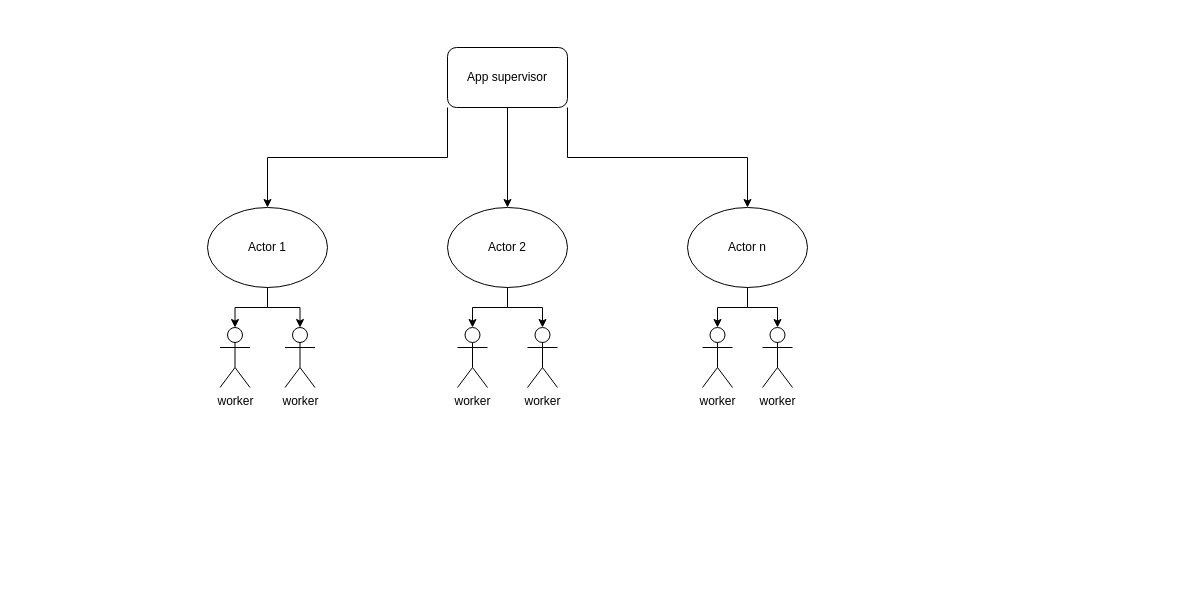
sandufurdui/Learn-Scala keeps this draw.io diagram as page "supervision tree" (2 of 3) of Untitled Diagram.drawio. Above is the earlier version. Source tidied: cells renumbered, new cells numbered last; positions are measured from the earlier drawing's top-left corner, leaving out a move shared by most shapes. Both pictures are drawn from the tidied source at 100%, with x=0, y=0 at pixel (207, 47).
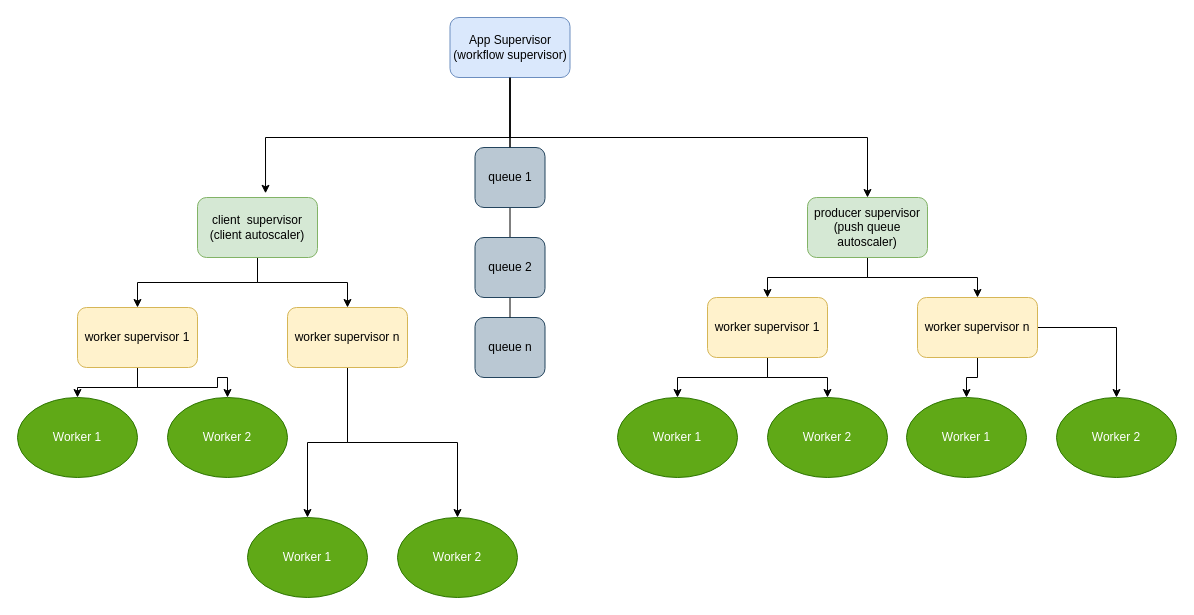
The same diagram, later.

Diff of the diagram source:
```diff
@@
-    <mxCell id="2" style="edgeStyle=orthogonalEdgeStyle;rounded=0;jettySize=auto;html=1;exitX=0;exitY=1;exitDx=0;exitDy=0;entryX=0.5;entryY=0;entryDx=0;entryDy=0;" parent="1" edge="1" source="5" target="8">
-      <mxGeometry relative="1" as="geometry" />
-    </mxCell>
-    <mxCell id="3" style="edgeStyle=orthogonalEdgeStyle;rounded=0;jettySize=auto;html=1;exitX=0.5;exitY=1;exitDx=0;exitDy=0;entryX=0.5;entryY=0;entryDx=0;entryDy=0;" parent="1" edge="1" source="5" target="11">
-      <mxGeometry relative="1" as="geometry" />
-    </mxCell>
-    <mxCell id="4" style="edgeStyle=orthogonalEdgeStyle;rounded=0;jettySize=auto;html=1;exitX=1;exitY=1;exitDx=0;exitDy=0;entryX=0.5;entryY=0;entryDx=0;entryDy=0;" parent="1" edge="1" source="5" target="14">
-      <mxGeometry relative="1" as="geometry" />
-    </mxCell>
-    <mxCell id="5" value="App supervisor" style="rounded=1;whiteSpace=wrap;html=1;" parent="1" vertex="1">
-      <mxGeometry x="240" width="120" height="60" as="geometry" />
-    </mxCell>
-    <mxCell id="6" style="edgeStyle=orthogonalEdgeStyle;rounded=0;jettySize=auto;html=1;exitX=0.5;exitY=1;exitDx=0;exitDy=0;entryX=0.5;entryY=0;entryDx=0;entryDy=0;entryPerimeter=0;" parent="1" edge="1" source="8" target="18">
-      <mxGeometry relative="1" as="geometry" />
-    </mxCell>
-    <mxCell id="7" style="edgeStyle=orthogonalEdgeStyle;rounded=0;jettySize=auto;html=1;exitX=0.5;exitY=1;exitDx=0;exitDy=0;entryX=0.5;entryY=0;entryDx=0;entryDy=0;entryPerimeter=0;" parent="1" edge="1" source="8" target="15">
-      <mxGeometry relative="1" as="geometry" />
-    </mxCell>
-    <mxCell id="8" value="Actor 1" style="ellipse;whiteSpace=wrap;html=1;" parent="1" vertex="1">
-      <mxGeometry y="160" width="120" height="80" as="geometry" />
-    </mxCell>
-    <mxCell id="9" style="edgeStyle=orthogonalEdgeStyle;rounded=0;jettySize=auto;html=1;exitX=0.5;exitY=1;exitDx=0;exitDy=0;entryX=0.5;entryY=0;entryDx=0;entryDy=0;entryPerimeter=0;" parent="1" edge="1" source="11" target="19">
-      <mxGeometry relative="1" as="geometry" />
-    </mxCell>
-    <mxCell id="10" style="edgeStyle=orthogonalEdgeStyle;rounded=0;jettySize=auto;html=1;exitX=0.5;exitY=1;exitDx=0;exitDy=0;entryX=0.5;entryY=0;entryDx=0;entryDy=0;entryPerimeter=0;" parent="1" edge="1" source="11" target="16">
-      <mxGeometry relative="1" as="geometry" />
-    </mxCell>
-    <mxCell id="11" value="Actor 2" style="ellipse;whiteSpace=wrap;html=1;" parent="1" vertex="1">
-      <mxGeometry x="240" y="160" width="120" height="80" as="geometry" />
-    </mxCell>
-    <mxCell id="12" style="edgeStyle=orthogonalEdgeStyle;rounded=0;jettySize=auto;html=1;exitX=0.5;exitY=1;exitDx=0;exitDy=0;entryX=0.5;entryY=0;entryDx=0;entryDy=0;entryPerimeter=0;" parent="1" edge="1" source="14" target="17">
-      <mxGeometry relative="1" as="geometry" />
-    </mxCell>
-    <mxCell id="13" style="edgeStyle=orthogonalEdgeStyle;rounded=0;jettySize=auto;html=1;exitX=0.5;exitY=1;exitDx=0;exitDy=0;entryX=0.5;entryY=0;entryDx=0;entryDy=0;entryPerimeter=0;" parent="1" edge="1" source="14" target="20">
-      <mxGeometry relative="1" as="geometry" />
-    </mxCell>
-    <mxCell id="14" value="Actor n" style="ellipse;whiteSpace=wrap;html=1;" parent="1" vertex="1">
-      <mxGeometry x="480" y="160" width="120" height="80" as="geometry" />
-    </mxCell>
-    <mxCell id="15" value="worker" style="shape=umlActor;verticalLabelPosition=bottom;verticalAlign=top;html=1;outlineConnect=0;" parent="1" vertex="1">
-      <mxGeometry x="77.5" y="280" width="30" height="60" as="geometry" />
-    </mxCell>
-    <mxCell id="16" value="worker" style="shape=umlActor;verticalLabelPosition=bottom;verticalAlign=top;html=1;outlineConnect=0;" parent="1" vertex="1">
-      <mxGeometry x="320" y="280" width="30" height="60" as="geometry" />
-    </mxCell>
-    <mxCell id="17" value="worker" style="shape=umlActor;verticalLabelPosition=bottom;verticalAlign=top;html=1;outlineConnect=0;" parent="1" vertex="1">
-      <mxGeometry x="495" y="280" width="30" height="60" as="geometry" />
-    </mxCell>
-    <mxCell id="18" value="worker" style="shape=umlActor;verticalLabelPosition=bottom;verticalAlign=top;html=1;outlineConnect=0;" parent="1" vertex="1">
-      <mxGeometry x="12.5" y="280" width="30" height="60" as="geometry" />
-    </mxCell>
-    <mxCell id="19" value="worker" style="shape=umlActor;verticalLabelPosition=bottom;verticalAlign=top;html=1;outlineConnect=0;" parent="1" vertex="1">
-      <mxGeometry x="250" y="280" width="30" height="60" as="geometry" />
-    </mxCell>
-    <mxCell id="20" value="worker" style="shape=umlActor;verticalLabelPosition=bottom;verticalAlign=top;html=1;outlineConnect=0;" parent="1" vertex="1">
-      <mxGeometry x="555" y="280" width="30" height="60" as="geometry" />
-    </mxCell>
+    <mxCell id="21" style="edgeStyle=orthogonalEdgeStyle;rounded=0;jettySize=auto;html=1;exitX=0.5;exitY=1;exitDx=0;exitDy=0;entryX=0.567;entryY=-0.07;entryDx=0;entryDy=0;entryPerimeter=0;" parent="1" edge="1" source="23" target="26">
+      <mxGeometry relative="1" as="geometry" />
+    </mxCell>
+    <mxCell id="22" style="edgeStyle=orthogonalEdgeStyle;rounded=0;jettySize=auto;html=1;exitX=0.5;exitY=1;exitDx=0;exitDy=0;entryX=0.5;entryY=0;entryDx=0;entryDy=0;" parent="1" edge="1" source="23" target="29">
+      <mxGeometry relative="1" as="geometry" />
+    </mxCell>
+    <mxCell id="23" value="App Supervisor&lt;br&gt;(workflow supervisor)" style="rounded=1;whiteSpace=wrap;html=1;fillColor=#dae8fc;strokeColor=#6c8ebf;" parent="1" vertex="1">
+      <mxGeometry x="242.5" y="-30" width="120" height="60" as="geometry" />
+    </mxCell>
+    <mxCell id="24" style="edgeStyle=orthogonalEdgeStyle;rounded=0;jettySize=auto;html=1;entryX=0.5;entryY=0;entryDx=0;entryDy=0;" parent="1" edge="1" source="26" target="39">
+      <mxGeometry relative="1" as="geometry" />
+    </mxCell>
+    <mxCell id="25" style="edgeStyle=orthogonalEdgeStyle;rounded=0;jettySize=auto;html=1;entryX=0.5;entryY=0;entryDx=0;entryDy=0;" parent="1" edge="1" source="26" target="42">
+      <mxGeometry relative="1" as="geometry" />
+    </mxCell>
+    <mxCell id="26" value="client&amp;nbsp; supervisor&lt;br&gt;(client autoscaler)" style="rounded=1;whiteSpace=wrap;html=1;fillColor=#d5e8d4;strokeColor=#82b366;" parent="1" vertex="1">
+      <mxGeometry x="-10" y="150" width="120" height="60" as="geometry" />
+    </mxCell>
+    <mxCell id="27" style="edgeStyle=orthogonalEdgeStyle;rounded=0;jettySize=auto;html=1;entryX=0.5;entryY=0;entryDx=0;entryDy=0;" parent="1" edge="1" source="29" target="45">
+      <mxGeometry relative="1" as="geometry" />
+    </mxCell>
+    <mxCell id="28" style="edgeStyle=orthogonalEdgeStyle;rounded=0;jettySize=auto;html=1;entryX=0.5;entryY=0;entryDx=0;entryDy=0;" parent="1" edge="1" source="29" target="48">
+      <mxGeometry relative="1" as="geometry" />
+    </mxCell>
+    <mxCell id="29" value="producer supervisor&lt;br&gt;(push queue autoscaler)" style="rounded=1;whiteSpace=wrap;html=1;fillColor=#d5e8d4;strokeColor=#82b366;" parent="1" vertex="1">
+      <mxGeometry x="600" y="150" width="120" height="60" as="geometry" />
+    </mxCell>
+    <mxCell id="30" value="queue n" style="rounded=1;whiteSpace=wrap;html=1;fillColor=#bac8d3;strokeColor=#23445d;" parent="1" vertex="1">
+      <mxGeometry x="267.5" y="270" width="70" height="60" as="geometry" />
+    </mxCell>
+    <mxCell id="31" style="endArrow=none;html=1;rounded=0;exitX=0.5;exitY=1;exitDx=0;exitDy=0;entryX=0.5;entryY=0;entryDx=0;entryDy=0;startArrow=none;" parent="1" edge="1" source="34" target="36">
+      <mxGeometry relative="1" as="geometry" />
+    </mxCell>
+    <mxCell id="32" style="endArrow=none;html=1;rounded=0;exitX=0.5;exitY=1;exitDx=0;exitDy=0;entryX=0.5;entryY=0;entryDx=0;entryDy=0;" parent="1" edge="1" source="23" target="34">
+      <mxGeometry relative="1" as="geometry" />
+    </mxCell>
+    <mxCell id="33" style="endArrow=none;html=1;rounded=0;exitX=0.5;exitY=1;exitDx=0;exitDy=0;entryX=0.5;entryY=0;entryDx=0;entryDy=0;startArrow=none;" parent="1" edge="1" source="36" target="30">
+      <mxGeometry relative="1" as="geometry" />
+    </mxCell>
+    <mxCell id="34" value="queue 1" style="rounded=1;whiteSpace=wrap;html=1;fillColor=#bac8d3;strokeColor=#23445d;" parent="1" vertex="1">
+      <mxGeometry x="267.5" y="100" width="70" height="60" as="geometry" />
+    </mxCell>
+    <mxCell id="35" style="endArrow=none;html=1;rounded=0;exitX=0.5;exitY=1;exitDx=0;exitDy=0;entryX=0.5;entryY=0;entryDx=0;entryDy=0;" parent="1" edge="1" source="23" target="34">
+      <mxGeometry relative="1" as="geometry" />
+    </mxCell>
+    <mxCell id="36" value="queue 2" style="rounded=1;whiteSpace=wrap;html=1;fillColor=#bac8d3;strokeColor=#23445d;" parent="1" vertex="1">
+      <mxGeometry x="267.5" y="190" width="70" height="60" as="geometry" />
+    </mxCell>
+    <mxCell id="37" style="edgeStyle=orthogonalEdgeStyle;rounded=0;jettySize=auto;html=1;entryX=0.5;entryY=0;entryDx=0;entryDy=0;" parent="1" edge="1" source="39" target="49">
+      <mxGeometry relative="1" as="geometry" />
+    </mxCell>
+    <mxCell id="38" style="edgeStyle=orthogonalEdgeStyle;rounded=0;jettySize=auto;html=1;" parent="1" edge="1" source="39" target="50">
+      <mxGeometry relative="1" as="geometry" />
+    </mxCell>
+    <mxCell id="39" value="&lt;span style=&quot;&quot;&gt;worker supervisor 1&lt;/span&gt;" style="rounded=1;whiteSpace=wrap;html=1;fillColor=#fff2cc;strokeColor=#d6b656;" parent="1" vertex="1">
+      <mxGeometry x="-130" y="260" width="120" height="60" as="geometry" />
+    </mxCell>
+    <mxCell id="40" style="edgeStyle=orthogonalEdgeStyle;rounded=0;jettySize=auto;html=1;entryX=0.5;entryY=0;entryDx=0;entryDy=0;" parent="1" edge="1" source="42" target="51">
+      <mxGeometry relative="1" as="geometry" />
+    </mxCell>
+    <mxCell id="41" style="edgeStyle=orthogonalEdgeStyle;rounded=0;jettySize=auto;html=1;entryX=0.5;entryY=0;entryDx=0;entryDy=0;" parent="1" edge="1" source="42" target="52">
+      <mxGeometry relative="1" as="geometry" />
+    </mxCell>
+    <mxCell id="42" value="&lt;span style=&quot;&quot;&gt;worker supervisor n&lt;/span&gt;" style="rounded=1;whiteSpace=wrap;html=1;fillColor=#fff2cc;strokeColor=#d6b656;" parent="1" vertex="1">
+      <mxGeometry x="80" y="260" width="120" height="60" as="geometry" />
+    </mxCell>
+    <mxCell id="43" style="edgeStyle=orthogonalEdgeStyle;rounded=0;jettySize=auto;html=1;entryX=0.5;entryY=0;entryDx=0;entryDy=0;" parent="1" edge="1" source="45" target="53">
+      <mxGeometry relative="1" as="geometry" />
+    </mxCell>
+    <mxCell id="44" style="edgeStyle=orthogonalEdgeStyle;rounded=0;jettySize=auto;html=1;entryX=0.5;entryY=0;entryDx=0;entryDy=0;" parent="1" edge="1" source="45" target="54">
+      <mxGeometry relative="1" as="geometry" />
+    </mxCell>
+    <mxCell id="45" value="&lt;span style=&quot;&quot;&gt;worker supervisor 1&lt;/span&gt;" style="rounded=1;whiteSpace=wrap;html=1;fillColor=#fff2cc;strokeColor=#d6b656;" parent="1" vertex="1">
+      <mxGeometry x="500" y="250" width="120" height="60" as="geometry" />
+    </mxCell>
+    <mxCell id="46" style="edgeStyle=orthogonalEdgeStyle;rounded=0;jettySize=auto;html=1;entryX=0.5;entryY=0;entryDx=0;entryDy=0;" parent="1" edge="1" source="48" target="55">
+      <mxGeometry relative="1" as="geometry" />
+    </mxCell>
+    <mxCell id="47" style="edgeStyle=orthogonalEdgeStyle;rounded=0;jettySize=auto;html=1;entryX=0.5;entryY=0;entryDx=0;entryDy=0;" parent="1" edge="1" source="48" target="56">
+      <mxGeometry relative="1" as="geometry" />
+    </mxCell>
+    <mxCell id="48" value="&lt;span style=&quot;&quot;&gt;worker supervisor n&lt;/span&gt;" style="rounded=1;whiteSpace=wrap;html=1;fillColor=#fff2cc;strokeColor=#d6b656;" parent="1" vertex="1">
+      <mxGeometry x="710" y="250" width="120" height="60" as="geometry" />
+    </mxCell>
+    <mxCell id="49" value="Worker 1" style="ellipse;whiteSpace=wrap;html=1;fillColor=#60a917;fontColor=#ffffff;strokeColor=#2D7600;" parent="1" vertex="1">
+      <mxGeometry x="-190" y="350" width="120" height="80" as="geometry" />
+    </mxCell>
+    <mxCell id="50" value="Worker 2" style="ellipse;whiteSpace=wrap;html=1;fillColor=#60a917;fontColor=#ffffff;strokeColor=#2D7600;" parent="1" vertex="1">
+      <mxGeometry x="-40" y="350" width="120" height="80" as="geometry" />
+    </mxCell>
+    <mxCell id="51" value="Worker 1" style="ellipse;whiteSpace=wrap;html=1;fillColor=#60a917;fontColor=#ffffff;strokeColor=#2D7600;" parent="1" vertex="1">
+      <mxGeometry x="40" y="470" width="120" height="80" as="geometry" />
+    </mxCell>
+    <mxCell id="52" value="Worker 2" style="ellipse;whiteSpace=wrap;html=1;fillColor=#60a917;fontColor=#ffffff;strokeColor=#2D7600;" parent="1" vertex="1">
+      <mxGeometry x="190" y="470" width="120" height="80" as="geometry" />
+    </mxCell>
+    <mxCell id="53" value="Worker 1" style="ellipse;whiteSpace=wrap;html=1;fillColor=#60a917;fontColor=#ffffff;strokeColor=#2D7600;" parent="1" vertex="1">
+      <mxGeometry x="410" y="350" width="120" height="80" as="geometry" />
+    </mxCell>
+    <mxCell id="54" value="Worker 2" style="ellipse;whiteSpace=wrap;html=1;fillColor=#60a917;fontColor=#ffffff;strokeColor=#2D7600;" parent="1" vertex="1">
+      <mxGeometry x="560" y="350" width="120" height="80" as="geometry" />
+    </mxCell>
+    <mxCell id="55" value="Worker 1" style="ellipse;whiteSpace=wrap;html=1;fillColor=#60a917;fontColor=#ffffff;strokeColor=#2D7600;" parent="1" vertex="1">
+      <mxGeometry x="699" y="350" width="120" height="80" as="geometry" />
+    </mxCell>
+    <mxCell id="56" value="Worker 2" style="ellipse;whiteSpace=wrap;html=1;fillColor=#60a917;fontColor=#ffffff;strokeColor=#2D7600;" parent="1" vertex="1">
+      <mxGeometry x="849" y="350" width="120" height="80" as="geometry" />
+    </mxCell>
```
